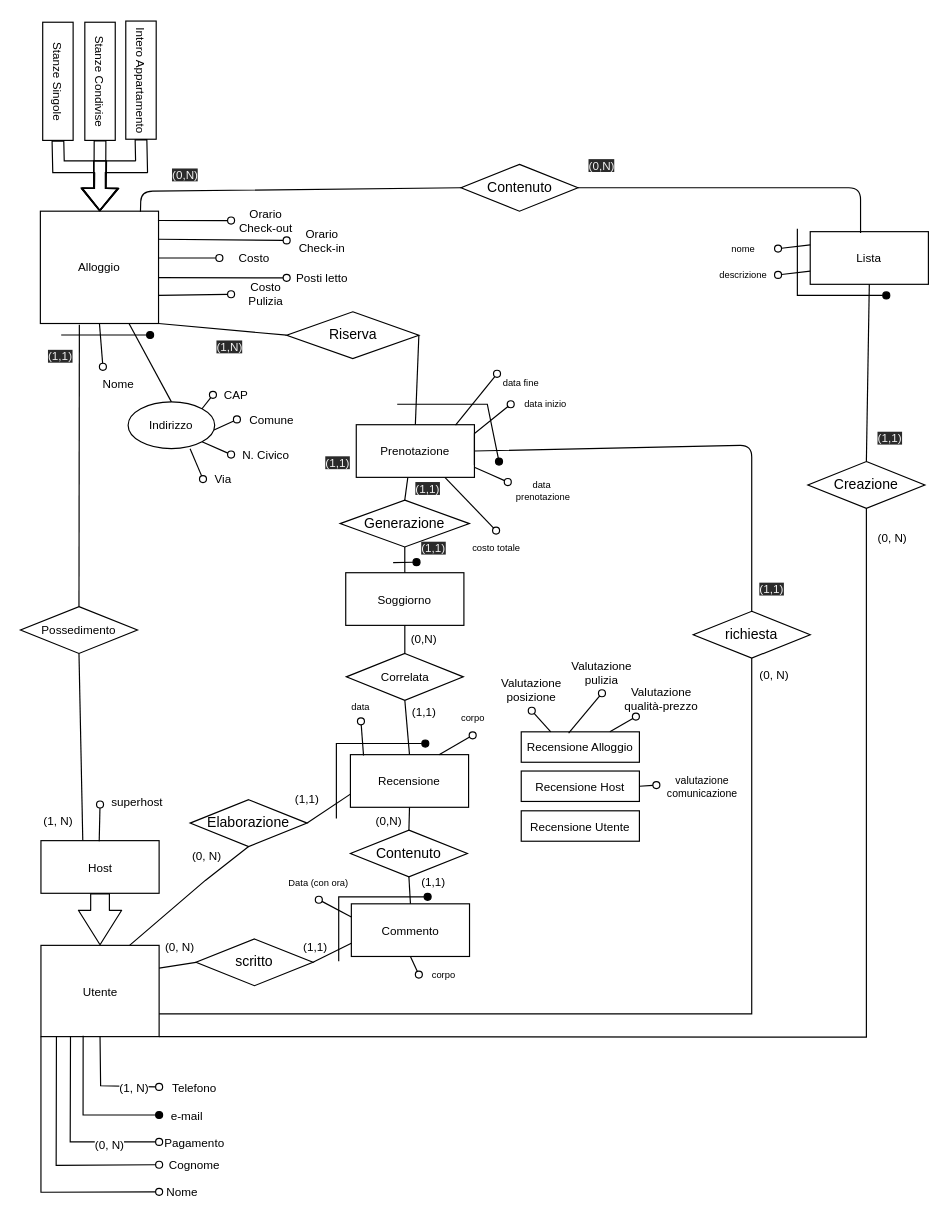
Earlier version of the draw.io diagram page "Page-3" (3 of 3) of ER.drawio (eduardz1/Home-Booking). Source tidied: cells renumbered, new cells numbered last; positions are measured from the earlier drawing's top-left corner, leaving out a move shared by most shapes. Both pictures are drawn from the tidied source at 117%, with x=0, y=0 at pixel (-2, 58).
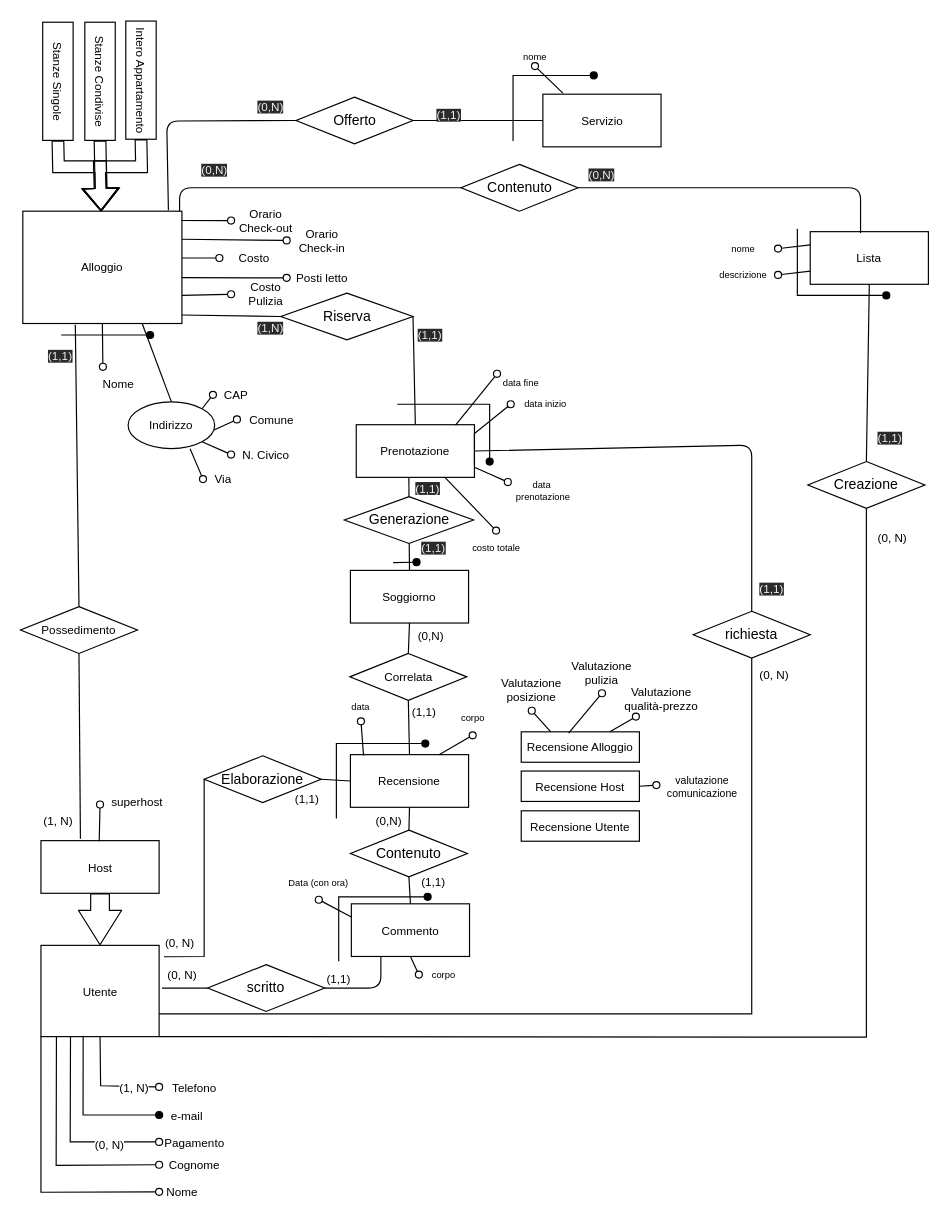
After the change.

Commit message:
Aggiunta entità servizio, finita tavola dei volumi

The change refers to these unchanged cells:
```xml
<mxCell id="37" value="&lt;font style=&quot;font-size: 10px;&quot;&gt;Utente&lt;/font&gt;" style="rounded=0;whiteSpace=wrap;html=1;fontSize=10;" parent="1" vertex="1">
  <mxGeometry x="36.5" y="757.5" width="101" height="78" as="geometry" />
</mxCell>
<mxCell id="50" value="&lt;font style=&quot;font-size: 10px;&quot;&gt;Host&lt;/font&gt;" style="rounded=0;whiteSpace=wrap;html=1;fontSize=10;" parent="1" vertex="1">
  <mxGeometry x="36.5" y="668" width="101" height="45" as="geometry" />
</mxCell>
<mxCell id="66" value="&lt;font style=&quot;font-size: 10px&quot;&gt;Recensione&lt;/font&gt;" style="rounded=0;whiteSpace=wrap;html=1;fontSize=10;" parent="1" vertex="1">
  <mxGeometry x="301" y="594.5" width="101" height="45" as="geometry" />
</mxCell>
<mxCell id="87" value="&lt;font style=&quot;font-size: 10px&quot;&gt;Commento&lt;/font&gt;" style="rounded=0;whiteSpace=wrap;html=1;fontSize=10;" parent="1" vertex="1">
  <mxGeometry x="301.8" y="722" width="101" height="45" as="geometry" />
</mxCell>
<mxCell id="95" value="Contenuto" style="rhombus;whiteSpace=wrap;html=1;" parent="1" vertex="1">
  <mxGeometry x="395.5" y="90" width="100" height="40" as="geometry" />
</mxCell>
<mxCell id="96" value="&lt;font style=&quot;font-size: 10px&quot;&gt;Possedimento&lt;/font&gt;" style="rhombus;whiteSpace=wrap;html=1;" parent="1" vertex="1">
  <mxGeometry x="19" y="468" width="100" height="40" as="geometry" />
</mxCell>
```

The edit, as a diff of the source:
```diff
@@
-    <mxCell id="2" style="edgeStyle=none;rounded=0;html=1;endArrow=none;endFill=0;exitX=1;exitY=1;exitDx=0;exitDy=0;entryX=0;entryY=0.5;entryDx=0;entryDy=0;" parent="1" edge="1" source="3" target="106">
+    <mxCell id="2" style="edgeStyle=none;rounded=0;html=1;endArrow=none;endFill=0;exitX=0.999;exitY=0.924;exitDx=0;exitDy=0;entryX=0;entryY=0.5;entryDx=0;entryDy=0;exitPerimeter=0;" parent="1" edge="1" source="3" target="106">
       <mxGeometry relative="1" as="geometry" />
     </mxCell>
     <mxCell id="3" value="&lt;font style=&quot;font-size: 10px;&quot;&gt;Alloggio&lt;/font&gt;" style="rounded=0;whiteSpace=wrap;html=1;fontSize=10;" parent="1" vertex="1">
-      <mxGeometry x="36" y="130" width="101" height="96" as="geometry" />
+      <mxGeometry x="21" y="130" width="136" height="96" as="geometry" />
     </mxCell>
@@
     <mxCell id="54" value="&lt;font style=&quot;font-size: 10px&quot;&gt;Soggiorno&lt;/font&gt;" style="rounded=0;whiteSpace=wrap;html=1;fontSize=10;" parent="1" vertex="1">
-      <mxGeometry x="297" y="439" width="101" height="45" as="geometry" />
+      <mxGeometry x="301" y="437" width="101" height="45" as="geometry" />
     </mxCell>
@@
     <mxCell id="73" value="Correlata" style="shape=rhombus;perimeter=rhombusPerimeter;whiteSpace=wrap;html=1;align=center;labelBackgroundColor=none;labelBorderColor=none;fontSize=10;rounded=0;" parent="1" vertex="1">
-      <mxGeometry x="297.5" y="508" width="100" height="40" as="geometry" />
+      <mxGeometry x="300.5" y="508" width="100" height="40" as="geometry" />
     </mxCell>
@@
     <mxCell id="83" value="Generazione" style="rhombus;whiteSpace=wrap;html=1;" parent="1" vertex="1">
-      <mxGeometry x="292.2" y="377" width="110.5" height="40" as="geometry" />
+      <mxGeometry x="295.8" y="374" width="110.5" height="40" as="geometry" />
     </mxCell>
@@
     <mxCell id="85" style="endArrow=none;html=1;exitX=0.5;exitY=0;exitDx=0;exitDy=0;" parent="1" edge="1" source="83">
       <mxGeometry relative="1" as="geometry">
-        <mxPoint x="350" y="358" as="targetPoint" />
+        <mxPoint x="351" y="358" as="targetPoint" />
       </mxGeometry>
     </mxCell>
@@
-    <mxCell id="97" style="endArrow=none;html=1;rounded=0;exitX=0.354;exitY=-0.006;exitDx=0;exitDy=0;exitPerimeter=0;entryX=0.5;entryY=1;entryDx=0;entryDy=0;" parent="1" edge="1" source="50" target="96">
+    <mxCell id="97" style="endArrow=none;html=1;rounded=0;entryX=0.5;entryY=1;entryDx=0;entryDy=0;exitX=0.334;exitY=-0.038;exitDx=0;exitDy=0;exitPerimeter=0;" parent="1" edge="1" source="50" target="96">
       <mxGeometry relative="1" as="geometry" />
     </mxCell>
-    <mxCell id="98" style="endArrow=none;html=1;entryX=0;entryY=0.5;entryDx=0;entryDy=0;exitX=0.847;exitY=0.005;exitDx=0;exitDy=0;exitPerimeter=0;" parent="1" edge="1" source="3" target="95">
+    <mxCell id="98" style="endArrow=none;html=1;entryX=0;entryY=0.5;entryDx=0;entryDy=0;" parent="1" edge="1" target="95">
       <mxGeometry relative="1" as="geometry">
+        <mxPoint x="155" y="130" as="sourcePoint" />
         <Array as="points">
-          <mxPoint x="122" y="113" />
+          <mxPoint x="155" y="110" />
         </Array>
       </mxGeometry>
     </mxCell>
@@
     <mxCell id="100" value="scritto" style="rhombus;whiteSpace=wrap;html=1;" parent="1" vertex="1">
-      <mxGeometry x="169" y="752" width="100" height="40" as="geometry" />
+      <mxGeometry x="179" y="774" width="100" height="40" as="geometry" />
     </mxCell>
@@
-    <mxCell id="102" style="endArrow=none;html=1;exitX=1;exitY=0.5;exitDx=0;exitDy=0;entryX=0;entryY=0.75;entryDx=0;entryDy=0;" parent="1" edge="1" source="100" target="87">
-      <mxGeometry relative="1" as="geometry" />
+    <mxCell id="102" style="endArrow=none;html=1;exitX=1;exitY=0.5;exitDx=0;exitDy=0;entryX=0.25;entryY=1;entryDx=0;entryDy=0;" parent="1" edge="1" source="100" target="87">
+      <mxGeometry relative="1" as="geometry">
+        <Array as="points">
+          <mxPoint x="327" y="794" />
+        </Array>
+      </mxGeometry>
     </mxCell>
@@
     <mxCell id="106" value="Riserva" style="rhombus;whiteSpace=wrap;html=1;" parent="1" vertex="1">
-      <mxGeometry x="246.5" y="216" width="113" height="40" as="geometry" />
+      <mxGeometry x="241.5" y="200" width="113" height="40" as="geometry" />
     </mxCell>
     <mxCell id="107" value="Elaborazione" style="rhombus;whiteSpace=wrap;html=1;" parent="1" vertex="1">
-      <mxGeometry x="164" y="633" width="100" height="40" as="geometry" />
+      <mxGeometry x="176" y="595.5" width="100" height="40" as="geometry" />
     </mxCell>
-    <mxCell id="108" style="endArrow=none;html=1;exitX=0.75;exitY=0;exitDx=0;exitDy=0;entryX=0.5;entryY=1;entryDx=0;entryDy=0;rounded=0;" parent="1" edge="1" source="37" target="107">
+    <mxCell id="108" style="endArrow=none;html=1;exitX=1.041;exitY=0.125;exitDx=0;exitDy=0;entryX=0;entryY=0.5;entryDx=0;entryDy=0;rounded=0;exitPerimeter=0;" parent="1" edge="1" source="37" target="107">
       <mxGeometry relative="1" as="geometry">
         <Array as="points">
-          <mxPoint x="177" y="702" />
+          <mxPoint x="176" y="767" />
         </Array>
       </mxGeometry>
     </mxCell>
@@
     <mxCell id="111" value="(0, N)" style="html=1;align=left;verticalAlign=bottom;labelBackgroundColor=none;labelBorderColor=none;fontSize=10;rounded=0;" parent="1" vertex="1">
-      <mxGeometry x="164" y="688.5" as="geometry" />
+      <mxGeometry x="141" y="763" as="geometry" />
     </mxCell>
     <mxCell id="112" value="(0, N)" style="html=1;align=left;verticalAlign=bottom;labelBackgroundColor=none;labelBorderColor=none;fontSize=10;rounded=0;" parent="1" vertex="1">
-      <mxGeometry x="141" y="767" as="geometry" />
+      <mxGeometry x="137" y="777" as="geometry">
+        <mxPoint x="6" y="14" as="offset" />
+      </mxGeometry>
     </mxCell>
     <mxCell id="113" value="(1,1)" style="html=1;align=left;verticalAlign=bottom;labelBackgroundColor=none;labelBorderColor=none;fontSize=10;rounded=0;" parent="1" vertex="1">
-      <mxGeometry x="259" y="767" as="geometry" />
+      <mxGeometry x="279" y="794" as="geometry" />
     </mxCell>
@@
     <mxCell id="117" value="(0,N)" style="html=1;align=left;verticalAlign=bottom;labelBackgroundColor=none;labelBorderColor=none;fontSize=10;rounded=0;" parent="1" vertex="1">
-      <mxGeometry x="351" y="504" as="geometry" />
+      <mxGeometry x="356.5" y="501" as="geometry" />
     </mxCell>
@@
     <mxCell id="119" value="&lt;span style=&quot;color: rgb(240 , 240 , 240) ; font-family: &amp;#34;helvetica&amp;#34; ; font-size: 10px ; font-style: normal ; font-weight: 400 ; letter-spacing: normal ; text-align: left ; text-indent: 0px ; text-transform: none ; word-spacing: 0px ; background-color: rgb(42 , 42 , 42) ; display: inline ; float: none&quot;&gt;(1,N)&lt;/span&gt;" style="text;whiteSpace=wrap;html=1;" parent="1" vertex="1">
-      <mxGeometry x="184.5" y="232" width="41" height="29" as="geometry" />
+      <mxGeometry x="220" y="216" width="41" height="29" as="geometry" />
     </mxCell>
     <mxCell id="120" value="&lt;span style=&quot;color: rgb(240, 240, 240); font-family: helvetica; font-size: 10px; font-style: normal; font-weight: 400; letter-spacing: normal; text-align: left; text-indent: 0px; text-transform: none; word-spacing: 0px; background-color: rgb(42, 42, 42); display: inline; float: none;&quot;&gt;(1,1)&lt;/span&gt;" style="text;whiteSpace=wrap;html=1;" parent="1" vertex="1">
-      <mxGeometry x="278" y="331" width="41" height="29" as="geometry" />
+      <mxGeometry x="356.5" y="222" width="41" height="29" as="geometry" />
     </mxCell>
@@
     <mxCell id="126" value="&lt;span style=&quot;color: rgb(240 , 240 , 240) ; font-family: &amp;#34;helvetica&amp;#34; ; font-size: 10px ; font-style: normal ; font-weight: 400 ; letter-spacing: normal ; text-align: left ; text-indent: 0px ; text-transform: none ; word-spacing: 0px ; background-color: rgb(42 , 42 , 42) ; display: inline ; float: none&quot;&gt;(0,N)&lt;/span&gt;" style="text;whiteSpace=wrap;html=1;" parent="1" vertex="1">
-      <mxGeometry x="147" y="85" width="41" height="29" as="geometry" />
+      <mxGeometry x="220" y="27" width="41" height="29" as="geometry" />
     </mxCell>
     <mxCell id="127" value="&lt;span style=&quot;color: rgb(240 , 240 , 240) ; font-family: &amp;#34;helvetica&amp;#34; ; font-size: 10px ; font-style: normal ; font-weight: 400 ; letter-spacing: normal ; text-align: left ; text-indent: 0px ; text-transform: none ; word-spacing: 0px ; background-color: rgb(42 , 42 , 42) ; display: inline ; float: none&quot;&gt;(0,N)&lt;/span&gt;" style="text;whiteSpace=wrap;html=1;" parent="1" vertex="1">
-      <mxGeometry x="502.5" y="77" width="41" height="29" as="geometry" />
+      <mxGeometry x="502.5" y="85" width="41" height="29" as="geometry" />
     </mxCell>
@@
-    <mxCell id="133" style="endArrow=none;html=1;rounded=0;fontSize=10;entryX=0;entryY=0.5;entryDx=0;entryDy=0;exitX=1;exitY=0.25;exitDx=0;exitDy=0;" parent="1" edge="1" source="37" target="100">
-      <mxGeometry relative="1" as="geometry" />
+    <mxCell id="133" style="endArrow=none;html=1;rounded=0;fontSize=10;entryX=0;entryY=0.5;entryDx=0;entryDy=0;" parent="1" edge="1" target="100">
+      <mxGeometry relative="1" as="geometry">
+        <mxPoint x="140" y="794" as="sourcePoint" />
+      </mxGeometry>
     </mxCell>
-    <mxCell id="134" style="endArrow=none;html=1;rounded=0;fontSize=10;entryX=0;entryY=0.75;entryDx=0;entryDy=0;exitX=1;exitY=0.5;exitDx=0;exitDy=0;" parent="1" edge="1" source="107" target="66">
+    <mxCell id="134" style="endArrow=none;html=1;rounded=0;fontSize=10;entryX=0;entryY=0.5;entryDx=0;entryDy=0;exitX=1;exitY=0.5;exitDx=0;exitDy=0;" parent="1" edge="1" source="107" target="66">
       <mxGeometry relative="1" as="geometry" />
     </mxCell>
@@
     <mxCell id="140" style="endArrow=none;html=1;rounded=0;align=center;verticalAlign=top;endFill=0;labelBackgroundColor=none;endSize=6;startArrow=oval;startFill=1;fontSize=10;fillColor=none;" parent="1" edge="1">
       <mxGeometry relative="1" as="geometry">
-        <mxPoint x="428" y="344" as="sourcePoint" />
+        <mxPoint x="420" y="344" as="sourcePoint" />
         <mxPoint x="341" y="295" as="targetPoint" />
         <Array as="points">
-          <mxPoint x="418" y="295" />
+          <mxPoint x="420" y="295" />
         </Array>
       </mxGeometry>
     </mxCell>
@@
+    <mxCell id="147" style="endArrow=none;html=1;entryX=0;entryY=0.5;entryDx=0;entryDy=0;exitX=0.915;exitY=-0.009;exitDx=0;exitDy=0;exitPerimeter=0;" parent="1" edge="1" source="3" target="148">
+      <mxGeometry relative="1" as="geometry">
+        <Array as="points">
+          <mxPoint x="144" y="53" />
+        </Array>
+      </mxGeometry>
+    </mxCell>
+    <mxCell id="148" value="Offerto" style="rhombus;whiteSpace=wrap;html=1;" parent="1" vertex="1">
+      <mxGeometry x="254.5" y="32.5" width="100" height="40" as="geometry" />
+    </mxCell>
+    <mxCell id="149" style="endArrow=none;html=1;exitX=1;exitY=0.5;exitDx=0;exitDy=0;entryX=0;entryY=0.5;entryDx=0;entryDy=0;" parent="1" edge="1" source="148" target="150">
+      <mxGeometry relative="1" as="geometry" />
+    </mxCell>
+    <mxCell id="150" value="Servizio" style="rounded=0;whiteSpace=wrap;html=1;fontSize=10;" parent="1" vertex="1">
+      <mxGeometry x="465.5" y="30" width="101" height="45" as="geometry" />
+    </mxCell>
+    <mxCell id="151" value="nome" style="text;html=1;strokeColor=none;fillColor=none;align=center;verticalAlign=middle;whiteSpace=wrap;rounded=0;fontSize=8;" parent="1" vertex="1">
+      <mxGeometry x="429" y="-10" width="59.5" height="16" as="geometry" />
+    </mxCell>
+    <mxCell id="152" style="endArrow=none;html=1;rounded=0;align=center;verticalAlign=top;endFill=0;labelBackgroundColor=none;endSize=6;startArrow=oval;startFill=0;fontSize=10;" parent="1" edge="1">
+      <mxGeometry relative="1" as="geometry">
+        <mxPoint x="467" y="7" as="sourcePoint" />
+        <mxPoint x="467" y="7" as="targetPoint" />
+      </mxGeometry>
+    </mxCell>
+    <mxCell id="153" style="endArrow=none;html=1;rounded=0;align=center;verticalAlign=top;endFill=0;labelBackgroundColor=none;endSize=6;startArrow=oval;startFill=1;fontSize=10;fillColor=none;" parent="1" edge="1">
+      <mxGeometry relative="1" as="geometry">
+        <mxPoint x="509" y="14" as="sourcePoint" />
+        <mxPoint x="440" y="70" as="targetPoint" />
+        <Array as="points">
+          <mxPoint x="440" y="14" />
+        </Array>
+      </mxGeometry>
+    </mxCell>
+    <mxCell id="154" style="endArrow=none;html=1;rounded=0;align=center;verticalAlign=top;endFill=0;labelBackgroundColor=none;endSize=6;startArrow=oval;startFill=0;fontSize=10;entryX=0.169;entryY=-0.019;entryDx=0;entryDy=0;exitX=0.5;exitY=1;exitDx=0;exitDy=0;entryPerimeter=0;" parent="1" edge="1" source="151" target="150">
+      <mxGeometry relative="1" as="geometry" />
+    </mxCell>
+    <mxCell id="155" value="&lt;span style=&quot;color: rgb(240 , 240 , 240) ; font-family: &amp;#34;helvetica&amp;#34; ; font-size: 10px ; font-style: normal ; font-weight: 400 ; letter-spacing: normal ; text-align: left ; text-indent: 0px ; text-transform: none ; word-spacing: 0px ; background-color: rgb(42 , 42 , 42) ; display: inline ; float: none&quot;&gt;(0,N)&lt;/span&gt;" style="text;whiteSpace=wrap;html=1;" parent="1" vertex="1">
+      <mxGeometry x="172" y="81" width="41" height="29" as="geometry" />
+    </mxCell>
+    <mxCell id="156" value="&lt;span style=&quot;color: rgb(240 , 240 , 240) ; font-family: &amp;#34;helvetica&amp;#34; ; font-size: 10px ; font-style: normal ; font-weight: 400 ; letter-spacing: normal ; text-align: left ; text-indent: 0px ; text-transform: none ; word-spacing: 0px ; background-color: rgb(42 , 42 , 42) ; display: inline ; float: none&quot;&gt;(1,1)&lt;/span&gt;" style="text;whiteSpace=wrap;html=1;" parent="1" vertex="1">
+      <mxGeometry x="373" y="34" width="41" height="29" as="geometry" />
+    </mxCell>
```
